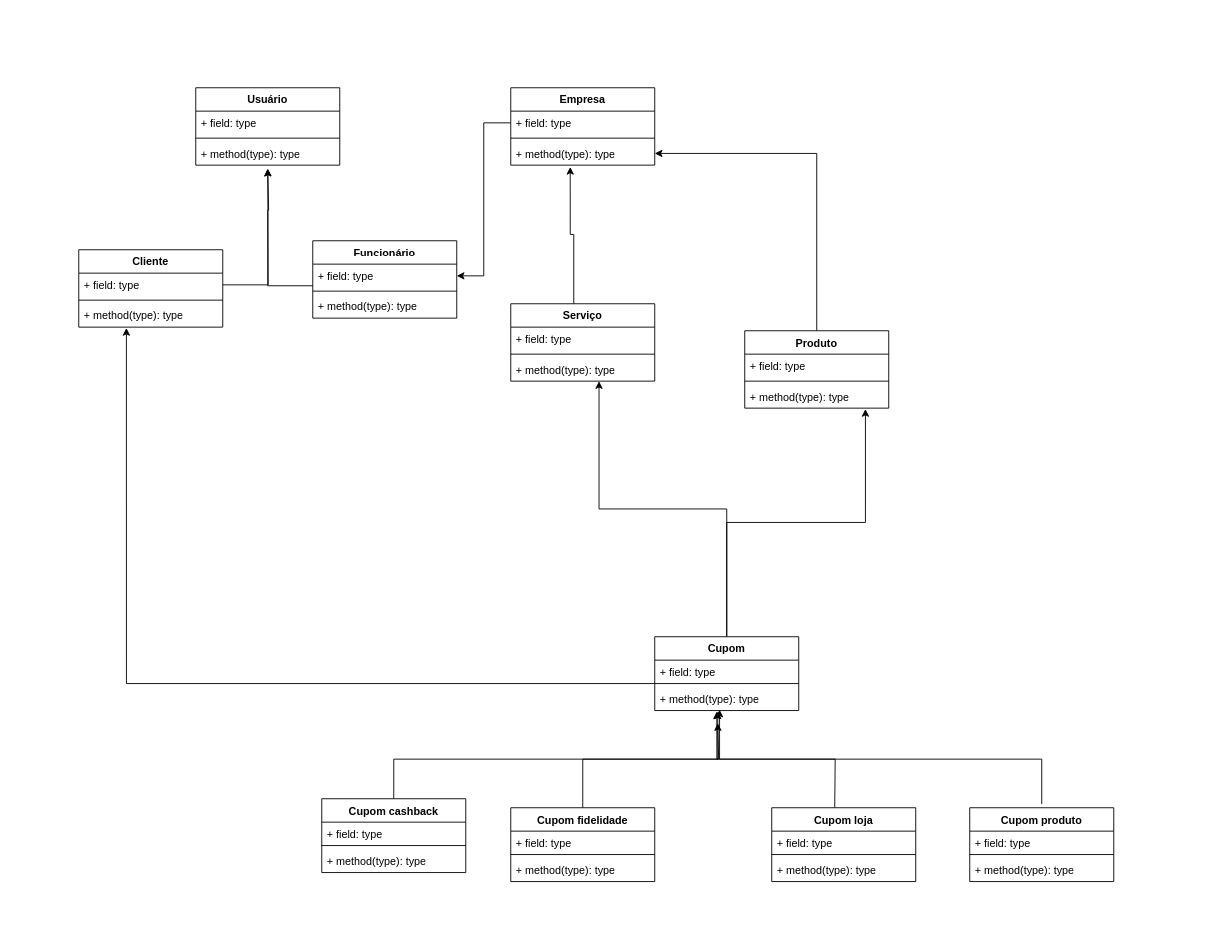
This is page "Diagrama de classe" (2 of 3) of cuponDesconto.drawio from fpspeixoto/Diagramas, a draw.io file, before an edit. Source tidied: cells renumbered, new cells numbered last; positions are measured from the earlier drawing's top-left corner, leaving out a move shared by most shapes. Both pictures are drawn from the tidied source at 90%, with x=0, y=0 at pixel (78, 87).
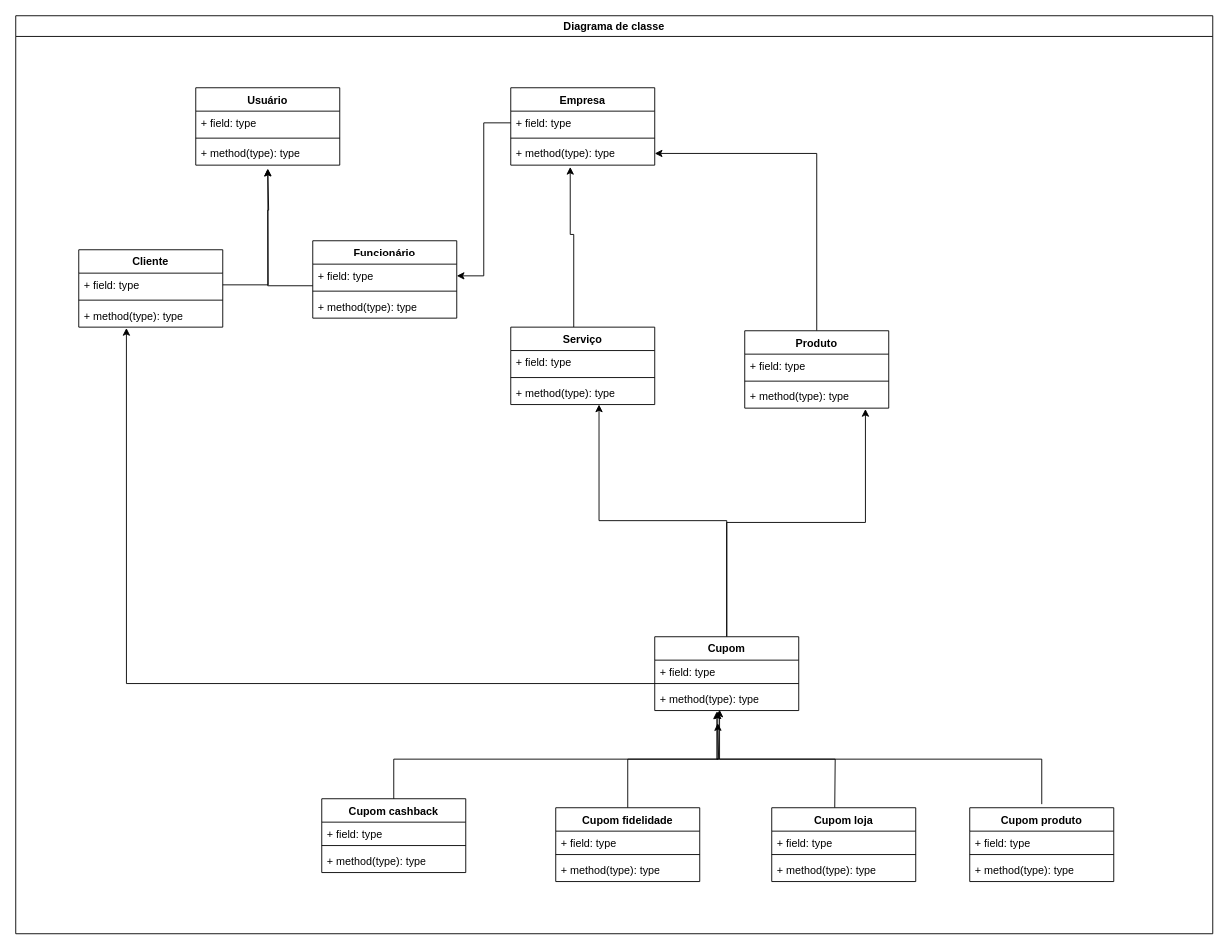
Above is the later version.

What changed in the source:
```diff
@@
     <mxCell id="12" value="Serviço" style="swimlane;fontStyle=1;align=center;verticalAlign=top;horizontal=1;startSize=26;whiteSpace=wrap;html=1;" parent="1" vertex="1">
-      <mxGeometry x="480" y="240" width="160" height="86" as="geometry" />
+      <mxGeometry x="480" y="266" width="160" height="86" as="geometry" />
     </mxCell>
@@
     <mxCell id="39" value="Cupom fidelidade" style="swimlane;fontStyle=1;align=center;verticalAlign=top;horizontal=1;startSize=26;whiteSpace=wrap;html=1;" parent="1" vertex="1">
-      <mxGeometry x="480" y="800" width="160" height="82" as="geometry" />
+      <mxGeometry x="530" y="800" width="160" height="82" as="geometry" />
     </mxCell>
@@
+    <mxCell id="58" value="Diagrama de classe" style="swimlane;whiteSpace=wrap;html=1;" parent="1" vertex="1">
+      <mxGeometry x="-70" y="-80" width="1330" height="1020" as="geometry" />
+    </mxCell>
```
